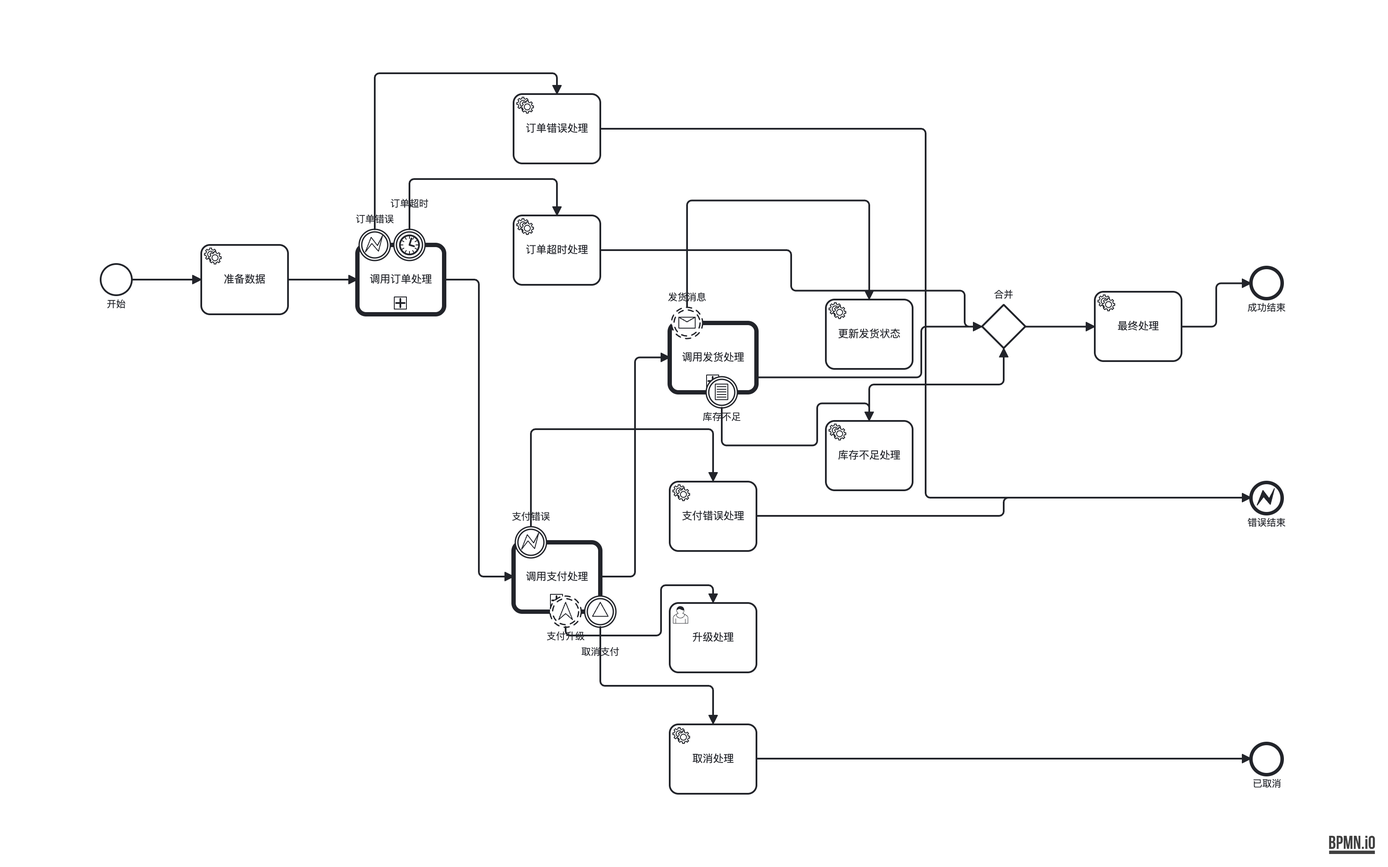
Before: out-bpmn-png/23-call-activity-boundary.png, a diagram exported from BPMN (LcpMarvel/tramito-layout). Its source is kept beside it as out-xml/23-call-activity-boundary.bpmn. Ids are renumbered.
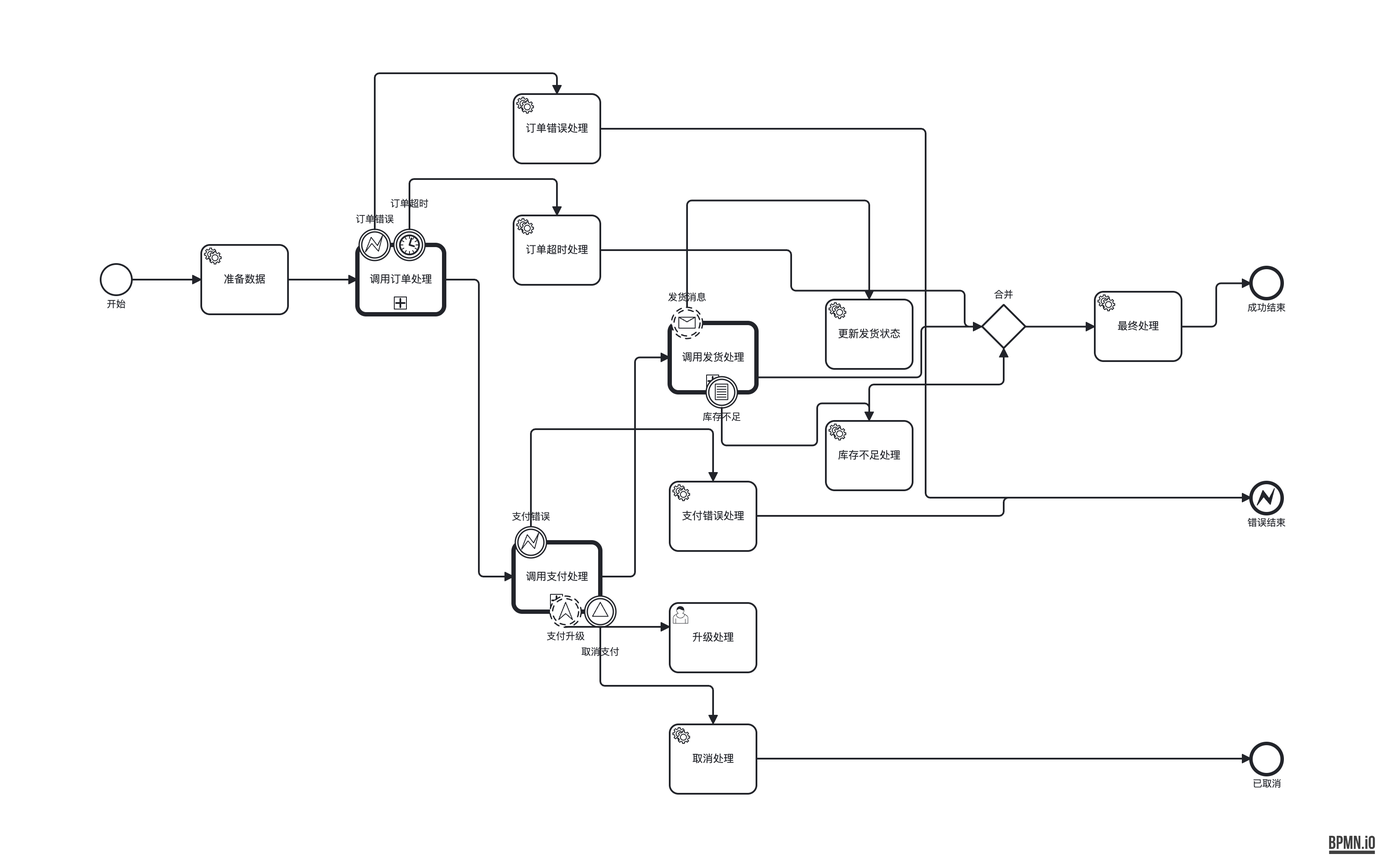
After the commit.

The edit, as a diff of the source:
```diff
@@ -311,15 +311,12 @@
       </bpmndi:BPMNEdge>
       <bpmndi:BPMNEdge id="flow_payment_escalation_di" bpmnElement="flow_payment_escalation">
         <di:waypoint x="598" y="646.5" />
-        <di:waypoint x="598" y="704.5" />
-        <di:waypoint x="598" y="718.5" />
-        <di:waypoint x="768" y="718.5" />
-        <di:waypoint x="768" y="698.5" />
+        <di:waypoint x="718" y="646.5" />
       </bpmndi:BPMNEdge>
       <bpmndi:BPMNEdge id="flow_payment_cancel_di" bpmnElement="flow_payment_cancel">
         <di:waypoint x="638" y="646.5" />
-        <di:waypoint x="638" y="706.5" />
-        <di:waypoint x="768" y="706.5" />
+        <di:waypoint x="638" y="714.5" />
+        <di:waypoint x="768" y="714.5" />
         <di:waypoint x="768" y="758.5" />
       </bpmndi:BPMNEdge>
       <bpmndi:BPMNEdge id="flow_cancel_to_end_di" bpmnElement="flow_cancel_to_end">
```
